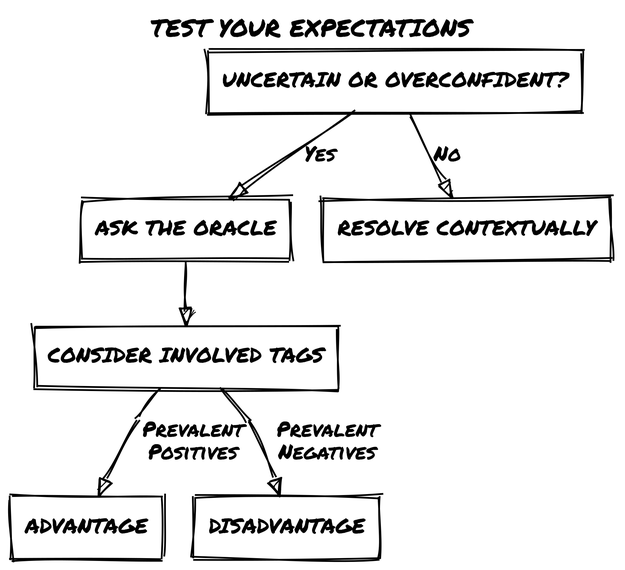
zeruhur/loner keeps this Graphviz diagram as en/diagrams/test_expectations.png. Above is the earlier version. Its source is kept beside it as en/diagrams/test_expectations.dot. The source it was exported from:
```dot
digraph scene_breakdown {
    label = "TEST YOUR EXPECTATIONS";
    labelloc="t";
    fontname="Permanent Marker";
    node [shape="rect", style = "",
    fontname="Permanent Marker", fontsize=12];
    edge [shape="rect", fontname="Permanent Marker", fontsize=12];


    cs11 [label = "UNCERTAIN OR OVERCONFIDENT?"];
    cs12 [label = "ASK THE ORACLE"];
    cs13 [label = "RESOLVE CONTEXTUALLY"];
    cs14 [label = "CONSIDER INVOLVED TAGS"];
    cs15 [label = "ADVANTAGE"];
    cs16 [label = "DISADVANTAGE"];

    cs11 -> cs12 [label="Yes"];
    cs11 -> cs13 [label="No"];
    cs12 -> cs14;
    cs14 -> cs15 [label = "Prevalent \n Positives"];
    cs14 -> cs16 [label = "Prevalent \n Negatives"];
}
```
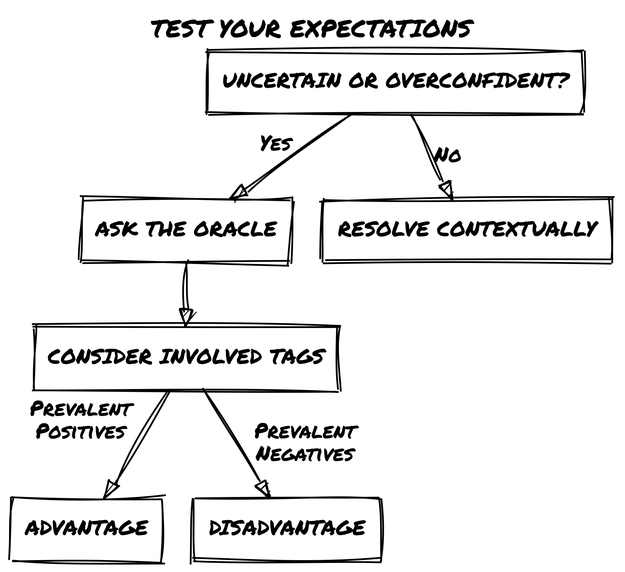
After the change.

Diff of the diagram source:
```diff
@@ -14,9 +14,9 @@
     cs15 [label = "ADVANTAGE"];
     cs16 [label = "DISADVANTAGE"];
 
-    cs11 -> cs12 [label="Yes"];
+    cs11 -> cs12 [xlabel="Yes"];
     cs11 -> cs13 [label="No"];
     cs12 -> cs14;
-    cs14 -> cs15 [label = "Prevalent \n Positives"];
+    cs14 -> cs15 [xlabel = "Prevalent \n Positives"];
     cs14 -> cs16 [label = "Prevalent \n Negatives"];
 }
```
